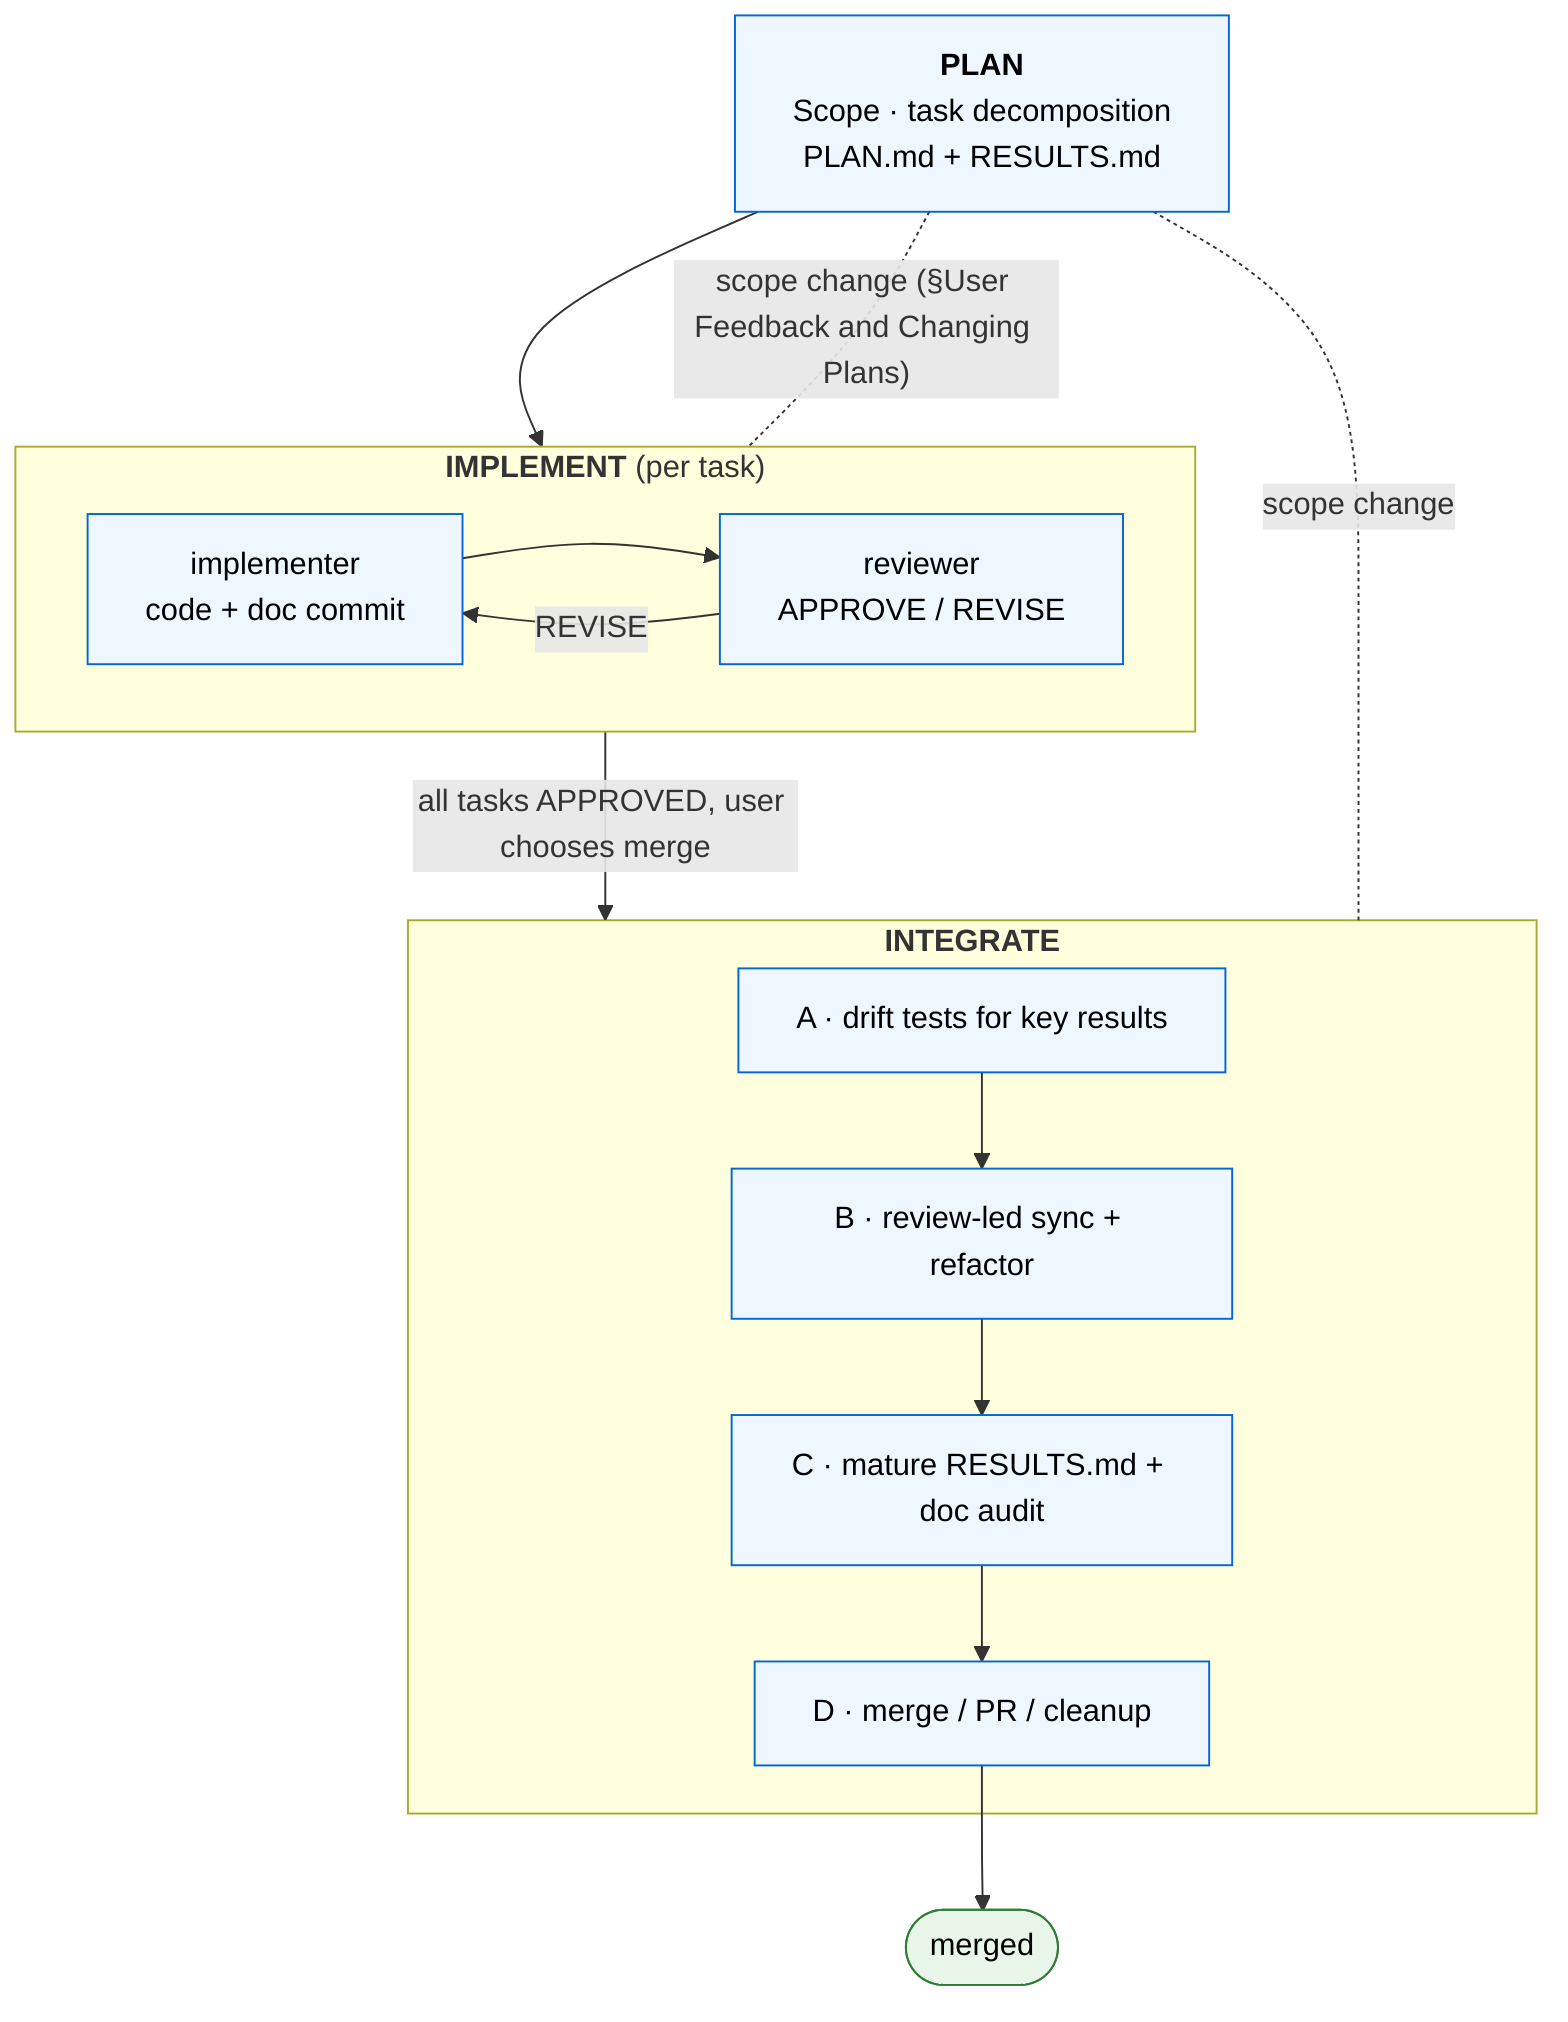
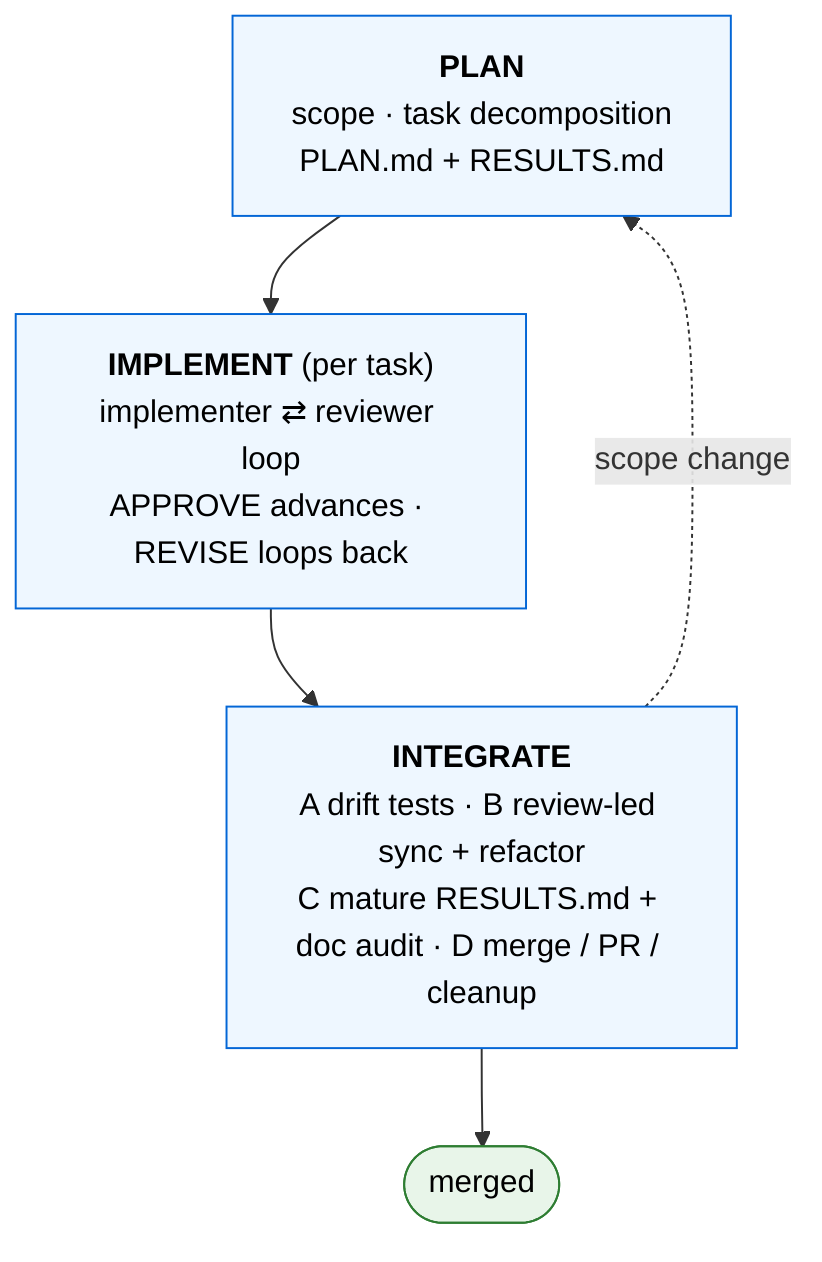
%% Target embed location: README.md §Plan-Implement-Integrate Workflow (Task 1b).
%% Paste the fenced ```mermaid ... ``` block below into the README verbatim.

```mermaid
flowchart TB
-     PLAN["<b>PLAN</b><br/>Scope · task decomposition<br/>PLAN.md + RESULTS.md"]
- 
-     subgraph IMPLEMENT["<b>IMPLEMENT</b> (per task)"]
-         IMPL["implementer<br/>code + doc commit"]
-         REV["reviewer<br/>APPROVE / REVISE"]
-         IMPL --> REV
-         REV -->|REVISE| IMPL
-     end
- 
-     subgraph INTEGRATE["<b>INTEGRATE</b>"]
-         A["A · drift tests for key results"]
-         B["B · review-led sync + refactor"]
-         C["C · mature RESULTS.md + doc audit"]
-         D["D · merge / PR / cleanup"]
-         A --> B --> C --> D
-     end
- 
+     PLAN["<b>PLAN</b><br/>scope · task decomposition<br/>PLAN.md + RESULTS.md"]
+     IMPLEMENT["<b>IMPLEMENT</b> (per task)<br/>implementer ⇄ reviewer loop<br/>APPROVE advances · REVISE loops back"]
+     INTEGRATE["<b>INTEGRATE</b><br/>A drift tests · B review-led sync + refactor<br/>C mature RESULTS.md + doc audit · D merge / PR / cleanup"]
    MERGED(["merged"])

    PLAN --> IMPLEMENT
-     IMPLEMENT -->|all tasks APPROVED, user chooses merge| INTEGRATE
-     D --> MERGED
+     IMPLEMENT --> INTEGRATE
+     INTEGRATE --> MERGED

-     PLAN -. "scope change (§User Feedback and Changing Plans)" .- IMPLEMENT
-     PLAN -. "scope change" .- INTEGRATE
+     INTEGRATE -. "scope change" .-> PLAN

    classDef phase fill:#eef7ff,stroke:#0366d6,color:#000
    classDef terminal fill:#e8f5e9,stroke:#2e7d32,color:#000
-     class PLAN,IMPL,REV,A,B,C,D phase
+     class PLAN,IMPLEMENT,INTEGRATE phase
    class MERGED terminal
```
